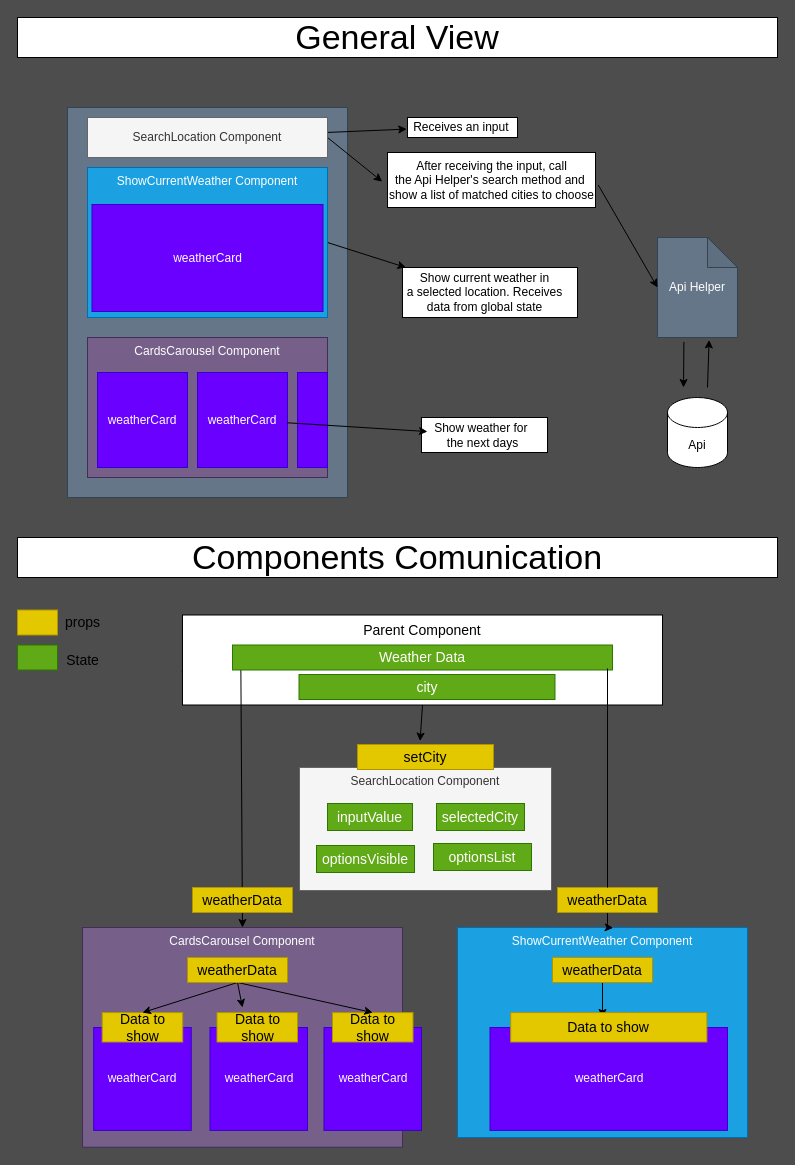
This is documentation/flowchart.drawio from FelipeAnony/weather.io, a draw.io file, before an edit. Source tidied: cells renumbered, new cells numbered last; positions are measured from the earlier drawing's top-left corner, leaving out a move shared by most shapes. Both pictures are drawn from the tidied source at 100%, with x=0, y=0 at pixel (17, 17).
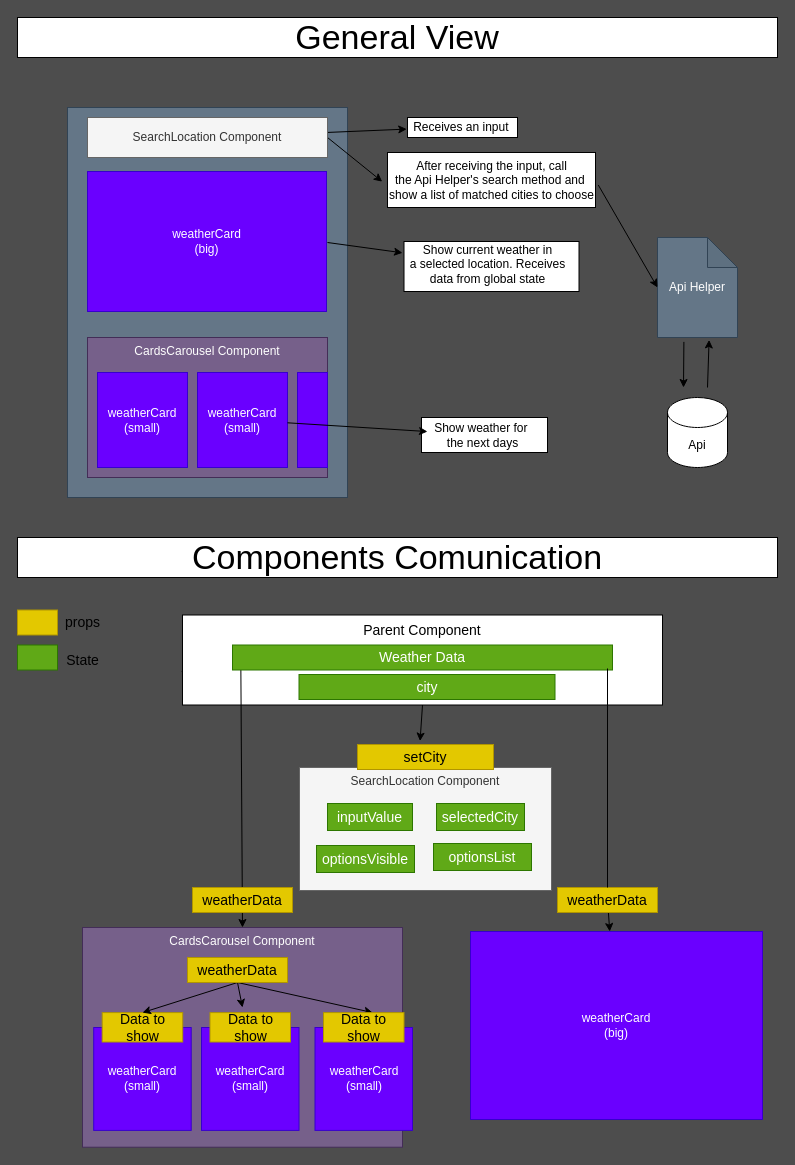
Above is the later version.

The change refers to these unchanged cells:
```xml
<mxCell id="51" value="weatherData" style="rounded=0;whiteSpace=wrap;html=1;fontSize=14;fillColor=#e3c800;fontColor=#000000;strokeColor=#B09500;" parent="1" vertex="1">
  <mxGeometry x="170" y="940" width="100" height="25" as="geometry" />
</mxCell>
<mxCell id="58" value="weatherData" style="rounded=0;whiteSpace=wrap;html=1;fontSize=14;fillColor=#e3c800;fontColor=#000000;strokeColor=#B09500;" parent="1" vertex="1">
  <mxGeometry x="540" y="870" width="100" height="25" as="geometry" />
</mxCell>
```

The edit, as a diff of the source:
```diff
@@
     <mxCell id="3" style="rounded=0;whiteSpace=wrap;html=1;" parent="1" vertex="1">
-      <mxGeometry x="385" y="250" width="175" height="50" as="geometry" />
+      <mxGeometry x="386.5" y="224" width="175" height="50" as="geometry" />
     </mxCell>
@@
-    <mxCell id="10" style="edgeStyle=none;html=1;exitX=1;exitY=0.5;exitDx=0;exitDy=0;" parent="1" edge="1" source="11" target="19">
-      <mxGeometry relative="1" as="geometry" />
+    <mxCell id="10" style="edgeStyle=none;html=1;exitX=1;exitY=0.5;exitDx=0;exitDy=0;" parent="1" edge="1" target="19">
+      <mxGeometry relative="1" as="geometry">
+        <mxPoint x="310" y="225" as="sourcePoint" />
+      </mxGeometry>
     </mxCell>
-    <mxCell id="11" value="ShowCurrentWeather Component" style="rounded=0;whiteSpace=wrap;html=1;fillColor=#1ba1e2;strokeColor=#006EAF;fontColor=#ffffff;verticalAlign=top;" parent="1" vertex="1">
-      <mxGeometry x="70" y="150" width="240" height="150" as="geometry" />
-    </mxCell>
@@
-    <mxCell id="13" value="weatherCard" style="rounded=0;whiteSpace=wrap;html=1;fillColor=#6a00ff;fontColor=#ffffff;strokeColor=#3700CC;" parent="1" vertex="1">
+    <mxCell id="13" value="weatherCard&lt;br&gt;(small)" style="rounded=0;whiteSpace=wrap;html=1;fillColor=#6a00ff;fontColor=#ffffff;strokeColor=#3700CC;" parent="1" vertex="1">
       <mxGeometry x="80" y="355" width="90" height="95" as="geometry" />
     </mxCell>
-    <mxCell id="14" value="weatherCard" style="rounded=0;whiteSpace=wrap;html=1;fillColor=#6a00ff;fontColor=#ffffff;strokeColor=#3700CC;" parent="1" vertex="1">
+    <mxCell id="14" value="weatherCard&lt;br&gt;(small)" style="rounded=0;whiteSpace=wrap;html=1;fillColor=#6a00ff;fontColor=#ffffff;strokeColor=#3700CC;" parent="1" vertex="1">
       <mxGeometry x="180" y="355" width="90" height="95" as="geometry" />
     </mxCell>
@@
     <mxCell id="19" value="Show current weather in &lt;br&gt;a selected&amp;nbsp;location. Receives&lt;br&gt;data from global state" style="text;html=1;align=center;verticalAlign=middle;points=[];strokeColor=none;fillColor=none;" parent="1" vertex="1">
-      <mxGeometry x="382" y="250" width="170" height="50" as="geometry" />
+      <mxGeometry x="385" y="222" width="170" height="50" as="geometry" />
     </mxCell>
@@
-    <mxCell id="29" value="ShowCurrentWeather Component" style="rounded=0;whiteSpace=wrap;html=1;fillColor=#1ba1e2;strokeColor=#006EAF;fontColor=#ffffff;verticalAlign=top;" parent="1" vertex="1">
-      <mxGeometry x="440" y="910" width="290" height="210" as="geometry" />
-    </mxCell>
@@
-    <mxCell id="36" style="edgeStyle=none;html=1;entryX=0.537;entryY=0.002;entryDx=0;entryDy=0;fontSize=14;startArrow=none;entryPerimeter=0;" parent="1" edge="1" source="58" target="29">
-      <mxGeometry relative="1" as="geometry">
-        <Array as="points">
-          <mxPoint x="590" y="910" />
-        </Array>
-      </mxGeometry>
-    </mxCell>
@@
-    <mxCell id="42" value="weatherCard" style="rounded=0;whiteSpace=wrap;html=1;fillColor=#6a00ff;fontColor=#ffffff;strokeColor=#3700CC;" parent="1" vertex="1">
-      <mxGeometry x="192.5" y="1010" width="97.5" height="102.9" as="geometry" />
-    </mxCell>
-    <mxCell id="43" value="Data to show" style="rounded=0;whiteSpace=wrap;html=1;fontSize=14;fillColor=#e3c800;fontColor=#000000;strokeColor=#B09500;rotation=0;" parent="42" vertex="1">
-      <mxGeometry x="7" y="-14.9" width="80.5" height="29.4" as="geometry" />
-    </mxCell>
-    <mxCell id="44" value="weatherCard" style="rounded=0;whiteSpace=wrap;html=1;fillColor=#6a00ff;fontColor=#ffffff;strokeColor=#3700CC;" parent="1" vertex="1">
+    <mxCell id="44" value="weatherCard&lt;br&gt;(small)" style="rounded=0;whiteSpace=wrap;html=1;fillColor=#6a00ff;fontColor=#ffffff;strokeColor=#3700CC;" parent="1" vertex="1">
       <mxGeometry x="76.2" y="1010" width="97.5" height="102.9" as="geometry" />
     </mxCell>
@@
-    <mxCell id="46" value="weatherCard" style="rounded=0;whiteSpace=wrap;html=1;fillColor=#6a00ff;fontColor=#ffffff;strokeColor=#3700CC;" parent="1" vertex="1">
-      <mxGeometry x="306.5" y="1010" width="97.5" height="102.9" as="geometry" />
-    </mxCell>
-    <mxCell id="47" value="Data to show" style="rounded=0;whiteSpace=wrap;html=1;fontSize=14;fillColor=#e3c800;fontColor=#000000;strokeColor=#B09500;rotation=0;" parent="46" vertex="1">
-      <mxGeometry x="8.5" y="-14.9" width="80.5" height="29.4" as="geometry" />
-    </mxCell>
@@
-    <mxCell id="50" style="edgeStyle=none;html=1;exitX=0.5;exitY=1;exitDx=0;exitDy=0;entryX=0.5;entryY=0;entryDx=0;entryDy=0;fontSize=14;" parent="1" edge="1" source="51" target="47">
-      <mxGeometry relative="1" as="geometry" />
+    <mxCell id="50" style="edgeStyle=none;html=1;exitX=0.5;exitY=1;exitDx=0;exitDy=0;entryX=0.5;entryY=0;entryDx=0;entryDy=0;fontSize=14;" parent="1" edge="1" source="51">
+      <mxGeometry relative="1" as="geometry">
+        <mxPoint x="355.2" y="995.1" as="targetPoint" />
+      </mxGeometry>
     </mxCell>
@@
-    <mxCell id="53" style="edgeStyle=none;html=1;entryX=0.468;entryY=0.165;entryDx=0;entryDy=0;entryPerimeter=0;fontSize=14;" parent="1" edge="1" source="54" target="56">
-      <mxGeometry relative="1" as="geometry" />
-    </mxCell>
-    <mxCell id="54" value="weatherData" style="rounded=0;whiteSpace=wrap;html=1;fontSize=14;fillColor=#e3c800;fontColor=#000000;strokeColor=#B09500;" parent="1" vertex="1">
-      <mxGeometry x="535" y="940" width="100" height="25" as="geometry" />
-    </mxCell>
-    <mxCell id="55" value="weatherCard" style="rounded=0;whiteSpace=wrap;html=1;fillColor=#6a00ff;fontColor=#ffffff;strokeColor=#3700CC;" parent="1" vertex="1">
-      <mxGeometry x="472.5" y="1010" width="237.5" height="102.9" as="geometry" />
+    <mxCell id="55" value="weatherCard&lt;br&gt;(big)" style="rounded=0;whiteSpace=wrap;html=1;fillColor=#6a00ff;fontColor=#ffffff;strokeColor=#3700CC;" parent="1" vertex="1">
+      <mxGeometry x="453" y="914" width="292" height="188" as="geometry" />
     </mxCell>
-    <mxCell id="56" value="Data to show" style="rounded=0;whiteSpace=wrap;html=1;fontSize=14;fillColor=#e3c800;fontColor=#000000;strokeColor=#B09500;rotation=0;" parent="55" vertex="1">
-      <mxGeometry x="20.7" y="-14.9" width="196.2" height="29.4" as="geometry" />
-    </mxCell>
@@
+    <mxCell id="65" style="edgeStyle=none;html=1;" parent="1" edge="1" source="58" target="55">
+      <mxGeometry relative="1" as="geometry" />
+    </mxCell>
@@
-    <mxCell id="60" value="weatherCard" style="rounded=0;whiteSpace=wrap;html=1;fillColor=#6a00ff;fontColor=#ffffff;strokeColor=#3700CC;" parent="1" vertex="1">
-      <mxGeometry x="74.5" y="187" width="231" height="107" as="geometry" />
+    <mxCell id="60" value="weatherCard&lt;br&gt;(big)" style="rounded=0;whiteSpace=wrap;html=1;fillColor=#6a00ff;fontColor=#ffffff;strokeColor=#3700CC;" parent="1" vertex="1">
+      <mxGeometry x="70" y="154" width="239" height="140" as="geometry" />
     </mxCell>
@@
+    <mxCell id="66" value="weatherCard&lt;br&gt;(small)" style="rounded=0;whiteSpace=wrap;html=1;fillColor=#6a00ff;fontColor=#ffffff;strokeColor=#3700CC;" parent="1" vertex="1">
+      <mxGeometry x="184" y="1010" width="97.5" height="102.9" as="geometry" />
+    </mxCell>
+    <mxCell id="67" value="Data to show" style="rounded=0;whiteSpace=wrap;html=1;fontSize=14;fillColor=#e3c800;fontColor=#000000;strokeColor=#B09500;rotation=0;" parent="66" vertex="1">
+      <mxGeometry x="8.5" y="-14.9" width="80.5" height="29.4" as="geometry" />
+    </mxCell>
+    <mxCell id="68" value="weatherCard&lt;br&gt;(small)" style="rounded=0;whiteSpace=wrap;html=1;fillColor=#6a00ff;fontColor=#ffffff;strokeColor=#3700CC;" parent="1" vertex="1">
+      <mxGeometry x="297.5" y="1010" width="97.5" height="102.9" as="geometry" />
+    </mxCell>
+    <mxCell id="69" value="Data to show" style="rounded=0;whiteSpace=wrap;html=1;fontSize=14;fillColor=#e3c800;fontColor=#000000;strokeColor=#B09500;rotation=0;" parent="68" vertex="1">
+      <mxGeometry x="8.5" y="-14.9" width="80.5" height="29.4" as="geometry" />
+    </mxCell>
```
